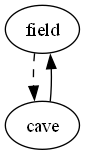
Earlier version of the Graphviz export map.png (nadflop/text-adventure). Its source is kept beside it as map.gv.
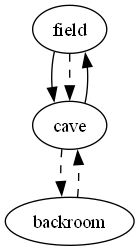
The same diagram one commit later.

The edit, as a diff of the source:
```diff
@@ -1,4 +1,7 @@
 digraph map {
+	field -> cave
 	field -> cave[style=dashed]
 	cave -> field
+	cave -> backroom[style=dashed]
+	backroom -> cave[style=dashed]
 }
```
